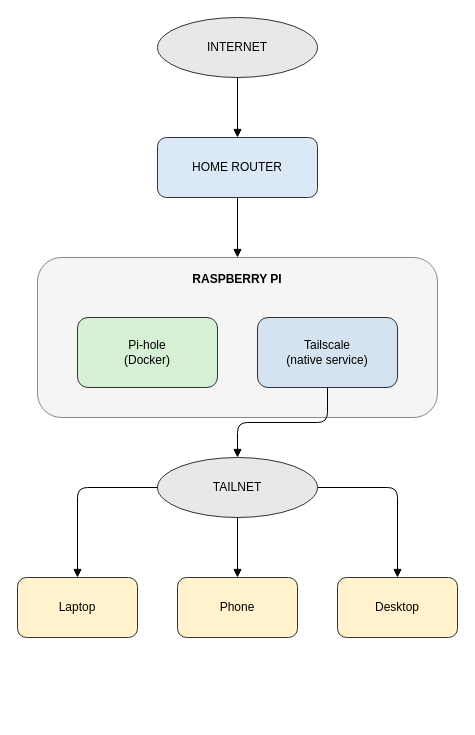
This is diagrams/network-architecture.drawio from davidchrsmith/personal-homelab, a draw.io file, before an edit. Source tidied: cells renumbered, new cells numbered last; positions are measured from the earlier drawing's top-left corner, leaving out a move shared by most shapes. Both pictures are drawn from the tidied source at 100%, with x=0, y=0 at pixel (17, 17).
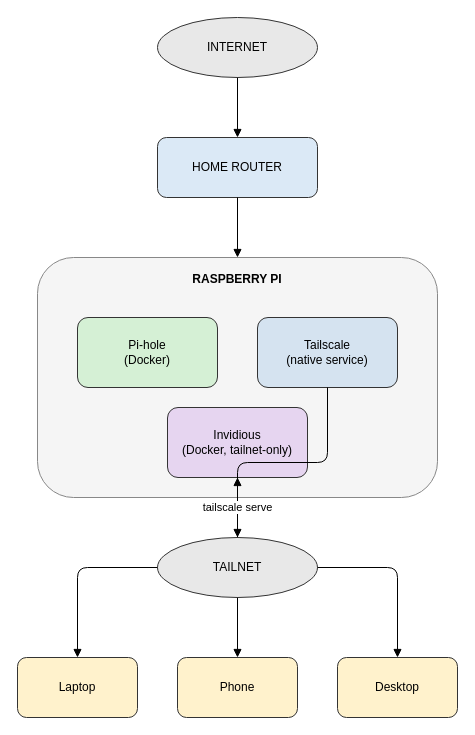
Above is the later version.

The edit, as a diff of the source:
```diff
@@
 <mxGraphModel>
   <root>
     <mxCell id="0" />
     <mxCell id="1" parent="0" />
     <mxCell id="2" value="INTERNET" style="ellipse;whiteSpace=wrap;html=1;fillColor=#e8e8e8;strokeColor=#333333;" parent="1" vertex="1">
       <mxGeometry x="140" width="160" height="60" as="geometry" />
     </mxCell>
     <mxCell id="3" value="HOME ROUTER" style="rounded=1;whiteSpace=wrap;html=1;fillColor=#dbe9f6;strokeColor=#333333;" parent="1" vertex="1">
       <mxGeometry x="140" y="120" width="160" height="60" as="geometry" />
     </mxCell>
     <mxCell id="4" value="RASPBERRY PI" style="rounded=1;whiteSpace=wrap;html=1;verticalAlign=top;fillColor=#f5f5f5;strokeColor=#888888;fontStyle=1;spacingTop=8;" parent="1" vertex="1">
-      <mxGeometry x="20" y="240" width="400" height="160" as="geometry" />
+      <mxGeometry x="20" y="240" width="400" height="240" as="geometry" />
     </mxCell>
     <mxCell id="5" value="Pi-hole&#10;(Docker)" style="rounded=1;whiteSpace=wrap;html=1;fillColor=#d5f0d5;strokeColor=#333333;" parent="1" vertex="1">
       <mxGeometry x="60" y="300" width="140" height="70" as="geometry" />
     </mxCell>
     <mxCell id="6" value="Tailscale&#10;(native service)" style="rounded=1;whiteSpace=wrap;html=1;fillColor=#d5e3f0;strokeColor=#333333;" parent="1" vertex="1">
       <mxGeometry x="240" y="300" width="140" height="70" as="geometry" />
     </mxCell>
+    <mxCell id="17" value="Invidious&#10;(Docker, tailnet-only)" style="rounded=1;whiteSpace=wrap;html=1;fillColor=#e6d5f0;strokeColor=#333333;" parent="1" vertex="1">
+      <mxGeometry x="150" y="390" width="140" height="70" as="geometry" />
+    </mxCell>
     <mxCell id="7" value="TAILNET" style="ellipse;whiteSpace=wrap;html=1;fillColor=#e8e8e8;strokeColor=#333333;" parent="1" vertex="1">
-      <mxGeometry x="140" y="440" width="160" height="60" as="geometry" />
+      <mxGeometry x="140" y="520" width="160" height="60" as="geometry" />
     </mxCell>
     <mxCell id="8" value="Laptop" style="rounded=1;whiteSpace=wrap;html=1;fillColor=#fff2cc;strokeColor=#333333;" parent="1" vertex="1">
-      <mxGeometry y="560" width="120" height="60" as="geometry" />
+      <mxGeometry y="640" width="120" height="60" as="geometry" />
     </mxCell>
     <mxCell id="9" value="Phone" style="rounded=1;whiteSpace=wrap;html=1;fillColor=#fff2cc;strokeColor=#333333;" parent="1" vertex="1">
-      <mxGeometry x="160" y="560" width="120" height="60" as="geometry" />
+      <mxGeometry x="160" y="640" width="120" height="60" as="geometry" />
     </mxCell>
     <mxCell id="10" value="Desktop" style="rounded=1;whiteSpace=wrap;html=1;fillColor=#fff2cc;strokeColor=#333333;" parent="1" vertex="1">
-      <mxGeometry x="320" y="560" width="120" height="60" as="geometry" />
+      <mxGeometry x="320" y="640" width="120" height="60" as="geometry" />
     </mxCell>
     <mxCell id="11" style="edgeStyle=orthogonalEdgeStyle;html=1;endArrow=block;" parent="1" edge="1" source="2" target="3">
       <mxGeometry relative="1" as="geometry" />
     </mxCell>
     <mxCell id="12" style="edgeStyle=orthogonalEdgeStyle;html=1;endArrow=block;" parent="1" edge="1" source="3" target="4">
       <mxGeometry relative="1" as="geometry" />
     </mxCell>
     <mxCell id="13" style="edgeStyle=orthogonalEdgeStyle;html=1;endArrow=block;" parent="1" edge="1" source="6" target="7">
       <mxGeometry relative="1" as="geometry" />
     </mxCell>
     <mxCell id="14" style="edgeStyle=orthogonalEdgeStyle;html=1;endArrow=block;" parent="1" edge="1" source="7" target="8">
       <mxGeometry relative="1" as="geometry" />
     </mxCell>
     <mxCell id="15" style="edgeStyle=orthogonalEdgeStyle;html=1;endArrow=block;" parent="1" edge="1" source="7" target="9">
       <mxGeometry relative="1" as="geometry" />
     </mxCell>
     <mxCell id="16" style="edgeStyle=orthogonalEdgeStyle;html=1;endArrow=block;" parent="1" edge="1" source="7" target="10">
       <mxGeometry relative="1" as="geometry" />
     </mxCell>
+    <mxCell id="18" value="tailscale serve" style="edgeStyle=orthogonalEdgeStyle;html=1;endArrow=block;dashed=1;" parent="1" edge="1" source="7" target="17">
+      <mxGeometry relative="1" as="geometry" />
+    </mxCell>
   </root>
 </mxGraphModel>
```
